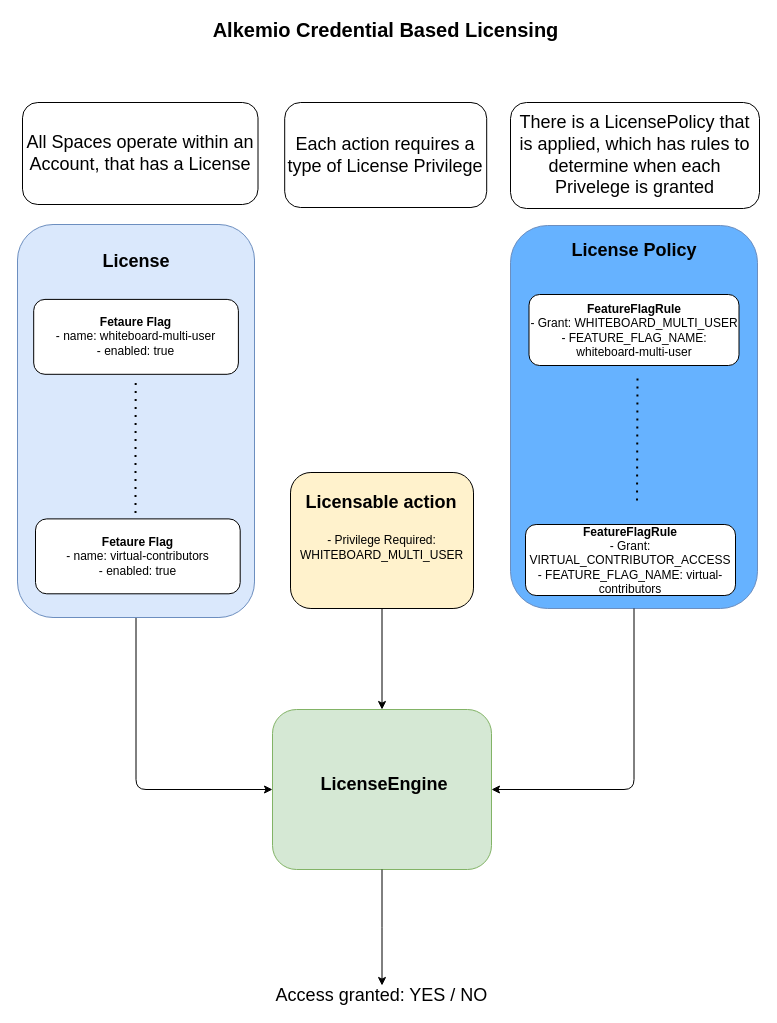
This is page "License Framework" (1 of 2) of docs/diagrams/licenses.drawio from cherrytwist/cherrytwist, a draw.io file, before an edit. Source tidied: cells renumbered, new cells numbered last; positions are measured from the earlier drawing's top-left corner, leaving out a move shared by most shapes. Both pictures are drawn from the tidied source at 100%, with x=0, y=0 at pixel (17, 19).
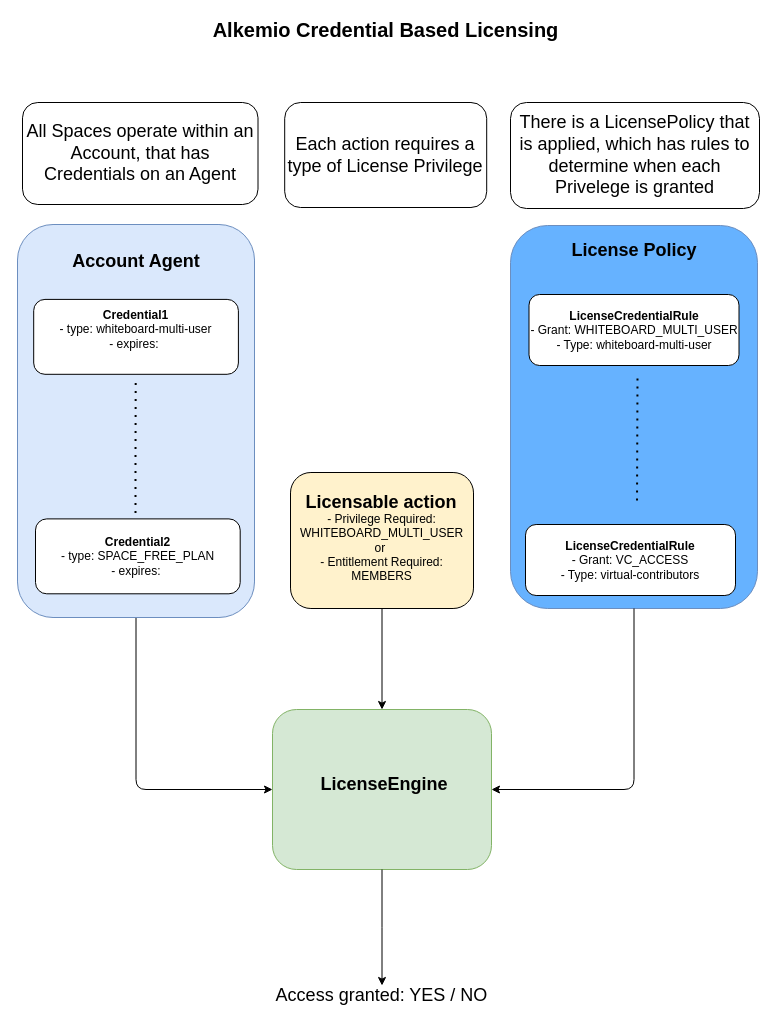
Above is the later version.

Commit message (it also covers changes not shown here):
updated authorization to make generation explicity, added meme; updated licensing to describe the different logical areas of the design with explanation; expanded AI Virtual contributors explanation

Unchanged cells that the change refers to:
```xml
<mxCell id="3" style="group;" parent="1" vertex="1">
  <mxGeometry x="493" y="206" width="247" height="383" as="geometry" />
</mxCell>
<mxCell id="13" style="group;" parent="1" vertex="1">
  <mxGeometry y="205" width="237" height="393" as="geometry" />
</mxCell>
<mxCell id="19" style="group;" parent="1" vertex="1">
  <mxGeometry x="273" y="453" width="183" height="136" as="geometry" />
</mxCell>
```

What changed in the source:
```diff
@@
-    <mxCell id="5" value="&lt;b&gt;FeatureFlagRule&lt;/b&gt;&lt;br&gt;- Grant: WHITEBOARD_MULTI_USER&lt;br&gt;- FEATURE_FLAG_NAME: whiteboard-multi-user" style="rounded=1;whiteSpace=wrap;html=1;" parent="3" vertex="1">
+    <mxCell id="5" value="&lt;b&gt;LicenseCredentialRule&lt;/b&gt;&lt;br&gt;- Grant: WHITEBOARD_MULTI_USER&lt;br&gt;- Type: whiteboard-multi-user" style="rounded=1;whiteSpace=wrap;html=1;" parent="3" vertex="1">
       <mxGeometry x="18.5" y="69" width="210" height="71" as="geometry" />
     </mxCell>
@@
-    <mxCell id="7" value="&lt;b&gt;FeatureFlagRule&lt;/b&gt;&lt;br&gt;- Grant: VIRTUAL_CONTRIBUTOR_ACCESS&lt;br&gt;- FEATURE_FLAG_NAME: virtual-contributors" style="rounded=1;whiteSpace=wrap;html=1;" parent="3" vertex="1">
+    <mxCell id="7" value="&lt;b&gt;LicenseCredentialRule&lt;/b&gt;&lt;br&gt;- Grant: VC_ACCESS&lt;br&gt;- Type: virtual-contributors" style="rounded=1;whiteSpace=wrap;html=1;" parent="3" vertex="1">
       <mxGeometry x="15" y="299" width="210" height="71" as="geometry" />
     </mxCell>
@@
-    <mxCell id="15" value="&lt;b&gt;Fetaure Flag&lt;/b&gt;&lt;br&gt;- name: whiteboard-multi-user&lt;br&gt;- enabled: true" style="rounded=1;whiteSpace=wrap;html=1;" parent="13" vertex="1">
+    <mxCell id="15" value="&lt;b&gt;Credential1&lt;/b&gt;&lt;br&gt;- type: whiteboard-multi-user&lt;div&gt;- expires:&amp;nbsp;&lt;br&gt;&lt;div&gt;&lt;br&gt;&lt;/div&gt;&lt;/div&gt;" style="rounded=1;whiteSpace=wrap;html=1;" parent="13" vertex="1">
       <mxGeometry x="16.2" y="74.9" width="204.7" height="74.9" as="geometry" />
     </mxCell>
-    <mxCell id="16" value="&lt;b&gt;&lt;font style=&quot;font-size: 18px&quot;&gt;License&lt;/font&gt;&lt;/b&gt;" style="text;html=1;strokeColor=none;fillColor=none;align=center;verticalAlign=middle;whiteSpace=wrap;rounded=0;" parent="13" vertex="1">
+    <mxCell id="16" value="&lt;b&gt;&lt;font style=&quot;font-size: 18px&quot;&gt;Account Agent&lt;/font&gt;&lt;/b&gt;" style="text;html=1;strokeColor=none;fillColor=none;align=center;verticalAlign=middle;whiteSpace=wrap;rounded=0;" parent="13" vertex="1">
       <mxGeometry x="10.8" y="18.7" width="215.5" height="37.4" as="geometry" />
     </mxCell>
-    <mxCell id="17" value="&lt;b&gt;Fetaure Flag&lt;/b&gt;&lt;br&gt;- name: virtual-contributors&lt;br&gt;- enabled: true" style="rounded=1;whiteSpace=wrap;html=1;" parent="13" vertex="1">
+    <mxCell id="17" value="&lt;b&gt;Credential2&lt;/b&gt;&lt;br&gt;- type: SPACE_FREE_PLAN&lt;br&gt;- expires:&amp;nbsp;" style="rounded=1;whiteSpace=wrap;html=1;" parent="13" vertex="1">
       <mxGeometry x="18" y="294.4" width="204.7" height="74.9" as="geometry" />
     </mxCell>
@@
-    <mxCell id="20" value="&lt;br&gt;- Privilege Required: WHITEBOARD_MULTI_USER" style="rounded=1;whiteSpace=wrap;html=1;fillColor=#FFF2CC;" parent="19" vertex="1">
+    <mxCell id="20" value="&lt;br&gt;- Privilege Required: WHITEBOARD_MULTI_USER&lt;div&gt;or&amp;nbsp;&lt;/div&gt;&lt;div&gt;- Entitlement Required:&lt;/div&gt;&lt;div&gt;MEMBERS&lt;/div&gt;" style="rounded=1;whiteSpace=wrap;html=1;fillColor=#FFF2CC;" parent="19" vertex="1">
       <mxGeometry width="183" height="136" as="geometry" />
     </mxCell>
@@
-    <mxCell id="27" value="&lt;font style=&quot;font-size: 18px&quot;&gt;All Spaces operate within an Account, that has a License&lt;/font&gt;" style="text;html=1;fillColor=none;align=center;verticalAlign=middle;whiteSpace=wrap;rounded=1;strokeColor=#000000;" parent="1" vertex="1">
+    <mxCell id="27" value="&lt;font style=&quot;font-size: 18px&quot;&gt;All Spaces operate within an Account, that has Credentials on an Agent&lt;/font&gt;" style="text;html=1;fillColor=none;align=center;verticalAlign=middle;whiteSpace=wrap;rounded=1;strokeColor=#000000;" parent="1" vertex="1">
       <mxGeometry x="5" y="83" width="235.5" height="102" as="geometry" />
     </mxCell>
```
